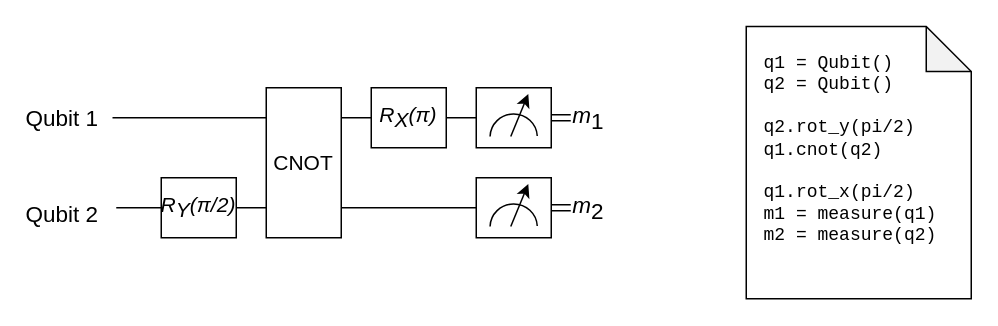
bvdvecht/phd-thesis keeps this draw.io diagram as figures/background/local_circuit.drawio. Above is the earlier version. Source tidied: cells renumbered, new cells numbered last; positions are measured from the earlier drawing's top-left corner, leaving out a move shared by most shapes. Both pictures are drawn from the tidied source at 150%, with x=0, y=0 at pixel (26, 26).
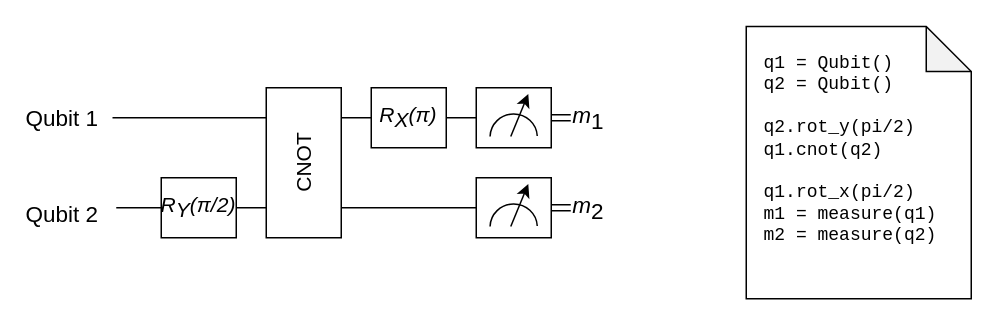
The same diagram, later.

What changed in the source:
```diff
@@
-    <mxCell id="16" value="CNOT" style="rounded=0;whiteSpace=wrap;html=1;strokeWidth=1;fontFamily=Helvetica;fontSize=14;align=center;spacing=0;horizontal=1;shadow=0;" parent="1" vertex="1">
+    <mxCell id="16" value="CNOT" style="rounded=0;whiteSpace=wrap;html=1;strokeWidth=1;fontFamily=Helvetica;fontSize=14;align=center;spacing=0;horizontal=0;shadow=0;" parent="1" vertex="1">
       <mxGeometry x="160" y="41" width="50" height="100" as="geometry" />
     </mxCell>
```
